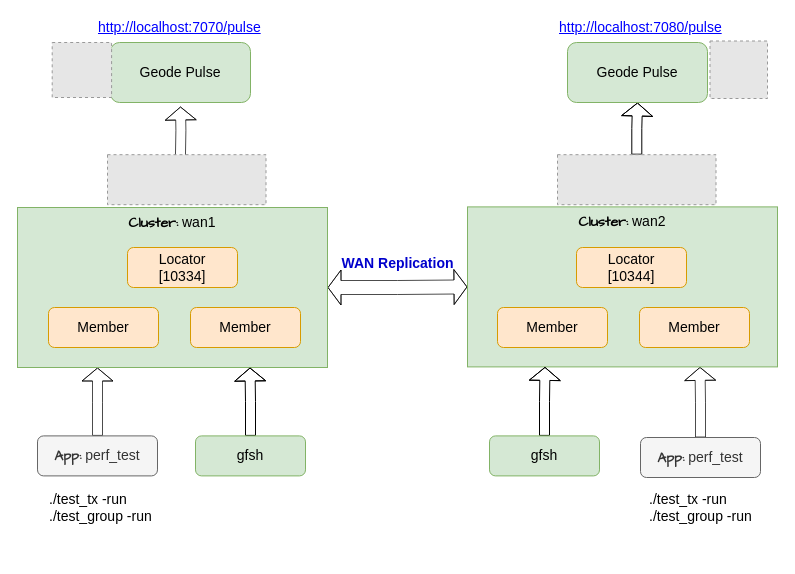
This is images/drawio/wan-ny-ln.drawio from padogrid/geode-1-cluster-app-ln-ny-perf_test_wan, a draw.io file, before an edit. Source tidied: cells renumbered, new cells numbered last; positions are measured from the earlier drawing's top-left corner, leaving out a move shared by most shapes. Both pictures are drawn from the tidied source at 100%, with x=0, y=0 at pixel (17, 17). Pictures stored in the file or linked from it are replaced by grey dashed boxes.
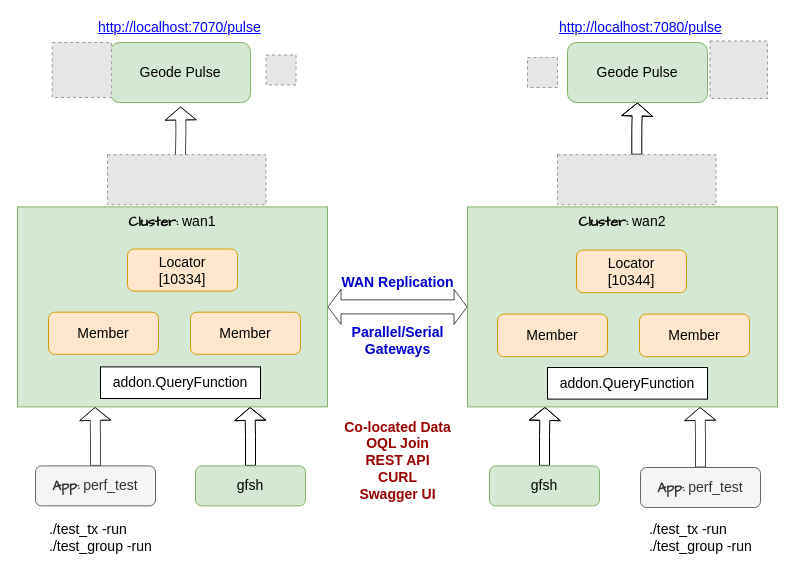
Above is the later version.

The edit, as a diff of the source:
```diff
@@
     <mxCell id="3" value="WAN Replication" style="text;html=1;align=center;verticalAlign=middle;fillColor=none;strokeColor=none;rounded=0;fontFamily=Helvetica;fontStyle=1;fontColor=#0000CC;fontSize=14;" parent="1" vertex="1">
-      <mxGeometry x="315" y="236" width="130" height="20" as="geometry" />
+      <mxGeometry x="315" y="255" width="130" height="20" as="geometry" />
     </mxCell>
-    <mxCell id="4" style="edgeStyle=orthogonalEdgeStyle;rounded=0;jettySize=auto;html=1;fontFamily=Helvetica;strokeWidth=1;opacity=70;shape=flexArrow;endSize=4;startSize=2;fontSize=14;" parent="1" edge="1" source="5">
-      <mxGeometry relative="1" as="geometry">
-        <mxPoint x="80" y="350" as="targetPoint" />
-      </mxGeometry>
+    <mxCell id="4" style="edgeStyle=orthogonalEdgeStyle;rounded=0;jettySize=auto;html=1;fontFamily=Helvetica;strokeWidth=1;opacity=70;shape=flexArrow;endSize=4;startSize=2;fontSize=14;entryX=0.25;entryY=1;entryDx=0;entryDy=0;" parent="1" edge="1" source="5" target="17">
+      <mxGeometry relative="1" as="geometry" />
     </mxCell>
     <mxCell id="5" value="&lt;font face=&quot;Comic Sans MS&quot; style=&quot;font-size: 14px;&quot;&gt;&lt;b style=&quot;font-size: 14px;&quot;&gt;App:&lt;/b&gt;&lt;/font&gt; perf_test" style="rounded=1;whiteSpace=wrap;html=1;fontFamily=Helvetica;strokeWidth=1;fillColor=#f5f5f5;fontColor=#333333;strokeColor=#666666;fontSize=14;" parent="1" vertex="1">
-      <mxGeometry x="20" y="418.4" width="120" height="40" as="geometry" />
+      <mxGeometry x="18" y="448.4" width="120" height="40" as="geometry" />
     </mxCell>
@@
     <mxCell id="8" value="&lt;font face=&quot;Comic Sans MS&quot; style=&quot;font-size: 14px;&quot;&gt;&lt;b style=&quot;font-size: 14px;&quot;&gt;App:&lt;/b&gt;&lt;/font&gt; perf_test" style="rounded=1;whiteSpace=wrap;html=1;fontFamily=Helvetica;strokeWidth=1;fillColor=#f5f5f5;fontColor=#333333;strokeColor=#666666;fontSize=14;" parent="1" vertex="1">
-      <mxGeometry x="623" y="420" width="120" height="40" as="geometry" />
+      <mxGeometry x="623" y="450" width="120" height="40" as="geometry" />
     </mxCell>
@@
     <mxCell id="14" value="./test_tx -run&lt;br style=&quot;font-size: 14px;&quot;&gt;./test_group -run" style="text;html=1;align=left;verticalAlign=middle;fillColor=none;strokeColor=none;rounded=0;fontSize=14;" parent="1" vertex="1">
-      <mxGeometry x="30" y="470" width="120" height="40" as="geometry" />
+      <mxGeometry x="30" y="500" width="120" height="40" as="geometry" />
     </mxCell>
     <mxCell id="15" value="./test_tx -run&lt;br style=&quot;font-size: 14px;&quot;&gt;./test_group -run" style="text;html=1;align=left;verticalAlign=middle;fillColor=none;strokeColor=none;rounded=0;fontSize=14;" parent="1" vertex="1">
-      <mxGeometry x="630" y="470" width="120" height="40" as="geometry" />
+      <mxGeometry x="630" y="500" width="120" height="40" as="geometry" />
     </mxCell>
-    <mxCell id="16" style="group;fontSize=14;" parent="1" vertex="1">
-      <mxGeometry y="190" width="310" height="160" as="geometry" />
-    </mxCell>
-    <mxCell id="17" value="&lt;font face=&quot;Comic Sans MS&quot; style=&quot;font-size: 14px;&quot;&gt;&lt;b style=&quot;font-size: 14px;&quot;&gt;Cluster:&lt;/b&gt;&lt;/font&gt; wan1" style="rounded=0;whiteSpace=wrap;html=1;align=center;verticalAlign=top;fillColor=#d5e8d4;strokeColor=#82b366;fontSize=14;" parent="16" vertex="1">
-      <mxGeometry width="310" height="160" as="geometry" />
-    </mxCell>
-    <mxCell id="18" value="Locator&lt;br&gt;[10334]" style="rounded=1;whiteSpace=wrap;html=1;fontFamily=Helvetica;fillColor=#ffe6cc;strokeColor=#d79b00;fontSize=14;" parent="16" vertex="1">
-      <mxGeometry x="110" y="40" width="110" height="40" as="geometry" />
-    </mxCell>
-    <mxCell id="19" value="Member" style="rounded=1;whiteSpace=wrap;html=1;fontFamily=Helvetica;fillColor=#ffe6cc;strokeColor=#d79b00;fontSize=14;" parent="16" vertex="1">
-      <mxGeometry x="31" y="100" width="110" height="40" as="geometry" />
-    </mxCell>
-    <mxCell id="20" value="Member" style="rounded=1;whiteSpace=wrap;html=1;fontFamily=Helvetica;fillColor=#ffe6cc;strokeColor=#d79b00;fontSize=14;" parent="16" vertex="1">
-      <mxGeometry x="173" y="100" width="110" height="40" as="geometry" />
-    </mxCell>
-    <mxCell id="21" style="group;fontSize=14;" parent="1" vertex="1">
-      <mxGeometry x="450" y="189.4" width="310" height="160" as="geometry" />
-    </mxCell>
-    <mxCell id="22" value="&lt;font face=&quot;Comic Sans MS&quot; style=&quot;font-size: 14px;&quot;&gt;&lt;b style=&quot;font-size: 14px;&quot;&gt;Cluster:&lt;/b&gt;&lt;/font&gt; wan2" style="rounded=0;whiteSpace=wrap;html=1;align=center;verticalAlign=top;fillColor=#d5e8d4;strokeColor=#82b366;fontSize=14;" parent="21" vertex="1">
-      <mxGeometry width="310" height="160" as="geometry" />
-    </mxCell>
-    <mxCell id="23" value="Locator&lt;br&gt;[10344]" style="rounded=1;whiteSpace=wrap;html=1;fontFamily=Helvetica;fillColor=#ffe6cc;strokeColor=#d79b00;fontSize=14;" parent="21" vertex="1">
-      <mxGeometry x="109" y="40.6" width="110" height="40" as="geometry" />
-    </mxCell>
-    <mxCell id="24" value="Member" style="rounded=1;whiteSpace=wrap;html=1;fontFamily=Helvetica;fillColor=#ffe6cc;strokeColor=#d79b00;fontSize=14;" parent="21" vertex="1">
-      <mxGeometry x="30" y="100.6" width="110" height="40" as="geometry" />
-    </mxCell>
-    <mxCell id="25" value="Member" style="rounded=1;whiteSpace=wrap;html=1;fontFamily=Helvetica;fillColor=#ffe6cc;strokeColor=#d79b00;fontSize=14;" parent="21" vertex="1">
-      <mxGeometry x="172" y="100.6" width="110" height="40" as="geometry" />
-    </mxCell>
@@
     <mxCell id="31" value="gfsh" style="rounded=1;whiteSpace=wrap;html=1;fontFamily=Helvetica;strokeWidth=1;fillColor=#d5e8d4;strokeColor=#82b366;perimeterSpacing=0;fontSize=14;" parent="1" vertex="1">
-      <mxGeometry x="178" y="418.4" width="110" height="40" as="geometry" />
+      <mxGeometry x="178" y="448.4" width="110" height="40" as="geometry" />
     </mxCell>
@@
     <mxCell id="33" value="gfsh" style="rounded=1;whiteSpace=wrap;html=1;fontFamily=Helvetica;strokeWidth=1;fillColor=#d5e8d4;strokeColor=#82b366;perimeterSpacing=0;fontSize=14;" parent="1" vertex="1">
-      <mxGeometry x="472" y="418.4" width="110" height="40" as="geometry" />
+      <mxGeometry x="472" y="448.4" width="110" height="40" as="geometry" />
     </mxCell>
+    <mxCell id="34" style="group;" parent="1" vertex="1">
+      <mxGeometry y="189.4" width="310" height="200" as="geometry" />
+    </mxCell>
+    <mxCell id="17" value="&lt;font face=&quot;Comic Sans MS&quot; style=&quot;font-size: 14px;&quot;&gt;&lt;b style=&quot;font-size: 14px;&quot;&gt;Cluster:&lt;/b&gt;&lt;/font&gt; wan1" style="rounded=0;whiteSpace=wrap;html=1;align=center;verticalAlign=top;fillColor=#d5e8d4;strokeColor=#82b366;fontSize=14;" parent="34" vertex="1">
+      <mxGeometry width="310" height="200" as="geometry" />
+    </mxCell>
+    <mxCell id="18" value="Locator&lt;br&gt;[10334]" style="rounded=1;whiteSpace=wrap;html=1;fontFamily=Helvetica;fillColor=#ffe6cc;strokeColor=#d79b00;fontSize=14;" parent="34" vertex="1">
+      <mxGeometry x="110" y="42.1" width="110" height="42.1" as="geometry" />
+    </mxCell>
+    <mxCell id="19" value="Member" style="rounded=1;whiteSpace=wrap;html=1;fontFamily=Helvetica;fillColor=#ffe6cc;strokeColor=#d79b00;fontSize=14;" parent="34" vertex="1">
+      <mxGeometry x="31" y="105.3" width="110" height="42.1" as="geometry" />
+    </mxCell>
+    <mxCell id="20" value="Member" style="rounded=1;whiteSpace=wrap;html=1;fontFamily=Helvetica;fillColor=#ffe6cc;strokeColor=#d79b00;fontSize=14;" parent="34" vertex="1">
+      <mxGeometry x="173" y="105.3" width="110" height="42.1" as="geometry" />
+    </mxCell>
+    <mxCell id="35" value="addon.QueryFunction" style="rounded=0;whiteSpace=wrap;html=1;fontSize=14;" parent="34" vertex="1">
+      <mxGeometry x="83" y="160" width="160" height="31.6" as="geometry" />
+    </mxCell>
+    <mxCell id="36" style="group;" parent="1" vertex="1">
+      <mxGeometry x="450" y="189.4" width="310" height="200" as="geometry" />
+    </mxCell>
+    <mxCell id="22" value="&lt;font face=&quot;Comic Sans MS&quot; style=&quot;font-size: 14px;&quot;&gt;&lt;b style=&quot;font-size: 14px;&quot;&gt;Cluster:&lt;/b&gt;&lt;/font&gt; wan2" style="rounded=0;whiteSpace=wrap;html=1;align=center;verticalAlign=top;fillColor=#d5e8d4;strokeColor=#82b366;fontSize=14;" parent="36" vertex="1">
+      <mxGeometry width="310" height="200" as="geometry" />
+    </mxCell>
+    <mxCell id="23" value="Locator&lt;br&gt;[10344]" style="rounded=1;whiteSpace=wrap;html=1;fontFamily=Helvetica;fillColor=#ffe6cc;strokeColor=#d79b00;fontSize=14;" parent="36" vertex="1">
+      <mxGeometry x="109" y="43.2" width="110" height="42.6" as="geometry" />
+    </mxCell>
+    <mxCell id="24" value="Member" style="rounded=1;whiteSpace=wrap;html=1;fontFamily=Helvetica;fillColor=#ffe6cc;strokeColor=#d79b00;fontSize=14;" parent="36" vertex="1">
+      <mxGeometry x="30" y="107.2" width="110" height="42.6" as="geometry" />
+    </mxCell>
+    <mxCell id="25" value="Member" style="rounded=1;whiteSpace=wrap;html=1;fontFamily=Helvetica;fillColor=#ffe6cc;strokeColor=#d79b00;fontSize=14;" parent="36" vertex="1">
+      <mxGeometry x="172" y="107.2" width="110" height="42.6" as="geometry" />
+    </mxCell>
+    <mxCell id="37" value="addon.QueryFunction" style="rounded=0;whiteSpace=wrap;html=1;fontSize=14;" parent="36" vertex="1">
+      <mxGeometry x="80" y="160.6" width="160" height="31.6" as="geometry" />
+    </mxCell>
+    <mxCell id="38" value="Parallel/Serial&lt;br&gt;Gateways" style="text;html=1;align=center;verticalAlign=middle;fillColor=none;strokeColor=none;rounded=0;fontFamily=Helvetica;fontStyle=1;fontColor=#0000CC;fontSize=14;" parent="1" vertex="1">
+      <mxGeometry x="325" y="303" width="110" height="40" as="geometry" />
+    </mxCell>
+    <mxCell id="39" value="Co-located Data&lt;br&gt;OQL Join&lt;br&gt;REST API&lt;br&gt;CURL&lt;br&gt;Swagger UI" style="text;html=1;align=center;verticalAlign=middle;fillColor=none;strokeColor=none;rounded=0;fontFamily=Helvetica;fontStyle=1;fontColor=#990000;fontSize=14;" parent="1" vertex="1">
+      <mxGeometry x="320" y="398.4" width="120" height="90" as="geometry" />
+    </mxCell>
+    <mxCell id="40" style="fillColor=#E6E6E6;strokeColor=#999999;dashed=1;verticalLabelPosition=bottom;labelBackgroundColor=default;verticalAlign=top;" parent="1" vertex="1">
+      <mxGeometry x="248.5" y="37.5" width="30" height="30" as="geometry" />
+    </mxCell>
+    <mxCell id="41" style="fillColor=#E6E6E6;strokeColor=#999999;dashed=1;verticalLabelPosition=bottom;labelBackgroundColor=default;verticalAlign=top;" parent="1" vertex="1">
+      <mxGeometry x="510" y="40" width="30" height="30" as="geometry" />
+    </mxCell>
```
